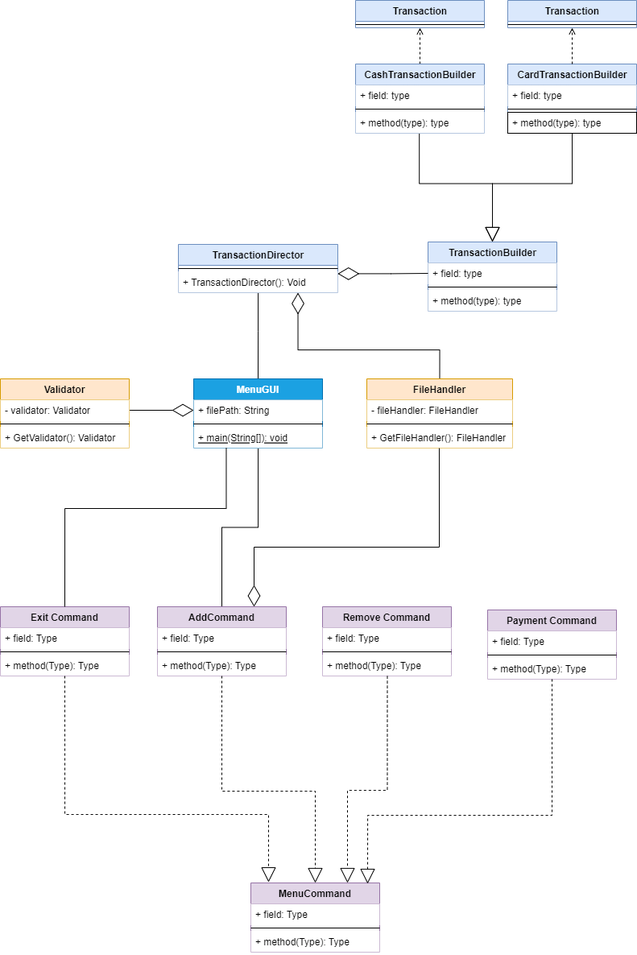
This is images/OODP-Project-UML.drawio.png from alan-oregan/OODP-Project, a draw.io export, as it was before one commit. Source tidied: cells renumbered, new cells last; positions are measured from the earlier drawing's top-left corner, leaving out a move shared by most shapes.
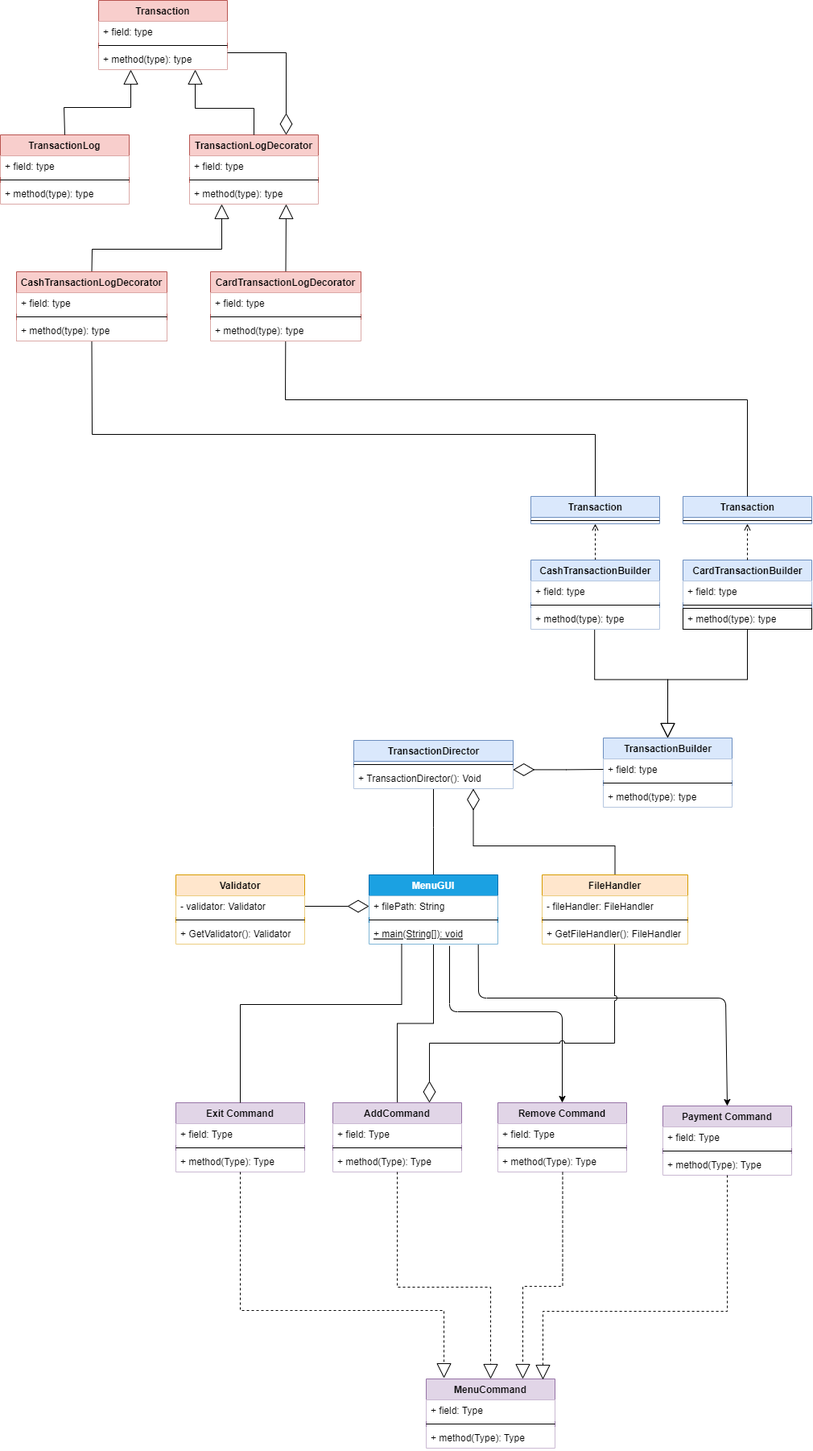
After the commit.

What changed in the source:
```diff
@@ -4,7 +4,7 @@
     <mxCell id="1" parent="0" />
     <mxCell id="2" style="edgeStyle=orthogonalEdgeStyle;html=1;verticalAlign=bottom;endArrow=open;endSize=8;strokeColor=#ff0000;rounded=0;fontSize=15;fontColor=#000000;" parent="1" edge="1">
       <mxGeometry relative="1" as="geometry">
-        <mxPoint x="646" y="128" as="targetPoint" />
+        <mxPoint x="506" y="339" as="targetPoint" />
       </mxGeometry>
     </mxCell>
     <mxCell id="3" style="edgeStyle=orthogonalEdgeStyle;rounded=0;jettySize=auto;html=1;strokeWidth=1;endArrow=none;endFill=0;startArrow=diamondThin;startFill=0;startSize=24;endSize=0;sourcePerimeterSpacing=0;targetPerimeterSpacing=0;exitX=0;exitY=0.5;exitDx=0;exitDy=0;labelBackgroundColor=none;" parent="1" edge="1" source="7" target="31">
@@ -21,6 +21,22 @@
         </Array>
       </mxGeometry>
     </mxCell>
+    <mxCell id="69" style="edgeStyle=none;html=1;entryX=0.5;entryY=0;entryDx=0;entryDy=0;exitX=0.625;exitY=1.085;exitDx=0;exitDy=0;exitPerimeter=0;" parent="1" edge="1" source="9" target="56">
+      <mxGeometry relative="1" as="geometry">
+        <Array as="points">
+          <mxPoint x="340" y="640" />
+          <mxPoint x="480" y="640" />
+        </Array>
+      </mxGeometry>
+    </mxCell>
+    <mxCell id="70" style="edgeStyle=none;html=1;entryX=0.5;entryY=0;entryDx=0;entryDy=0;exitX=0.848;exitY=1.008;exitDx=0;exitDy=0;exitPerimeter=0;" parent="1" edge="1" source="9" target="63">
+      <mxGeometry relative="1" as="geometry">
+        <Array as="points">
+          <mxPoint x="376" y="623" />
+          <mxPoint x="683" y="623" />
+        </Array>
+      </mxGeometry>
+    </mxCell>
     <mxCell id="6" value="MenuGUI" style="swimlane;fontStyle=1;align=center;verticalAlign=top;horizontal=1;startSize=26;labelBackgroundColor=none;fillColor=#1ba1e2;fontColor=#ffffff;strokeColor=#006EAF;" parent="1" vertex="1">
       <mxGeometry x="240" y="470" width="160" height="86" as="geometry" />
     </mxCell>
@@ -149,7 +165,7 @@
     <mxCell id="46" style="edgeStyle=orthogonalEdgeStyle;rounded=0;jettySize=auto;html=1;strokeWidth=1;endArrow=none;endFill=0;startArrow=diamondThin;startFill=0;targetPerimeterSpacing=0;sourcePerimeterSpacing=0;jumpSize=11;endSize=0;fontSize=11;startSize=24;exitX=0.999;exitY=0.093;exitDx=0;exitDy=0;exitPerimeter=0;labelBackgroundColor=none;" parent="1" edge="1" source="45" target="11">
       <mxGeometry relative="1" as="geometry" />
     </mxCell>
-    <mxCell id="47" style="edgeStyle=orthogonalEdgeStyle;rounded=0;jettySize=auto;html=1;strokeWidth=1;endArrow=none;endFill=0;startArrow=diamondThin;startFill=0;startSize=24;endSize=0;sourcePerimeterSpacing=0;targetPerimeterSpacing=0;entryX=0.497;entryY=1.005;entryDx=0;entryDy=0;entryPerimeter=0;exitX=0.75;exitY=0;exitDx=0;exitDy=0;labelBackgroundColor=none;" parent="1" edge="1" source="39" target="38">
+    <mxCell id="47" style="edgeStyle=orthogonalEdgeStyle;rounded=0;jettySize=auto;html=1;strokeWidth=1;endArrow=none;endFill=0;startArrow=diamondThin;startFill=0;startSize=24;endSize=0;sourcePerimeterSpacing=0;targetPerimeterSpacing=0;entryX=0.497;entryY=1.005;entryDx=0;entryDy=0;entryPerimeter=0;exitX=0.75;exitY=0;exitDx=0;exitDy=0;labelBackgroundColor=none;jumpStyle=arc;" parent="1" edge="1" source="39" target="38">
       <mxGeometry relative="1" as="geometry">
         <Array as="points">
           <mxPoint x="315" y="679" />
@@ -247,5 +263,117 @@
         </Array>
       </mxGeometry>
     </mxCell>
+    <mxCell id="71" value="Transaction" style="swimlane;fontStyle=1;align=center;verticalAlign=top;horizontal=1;startSize=26;labelBackgroundColor=none;fillColor=#f8cecc;strokeColor=#b85450;" parent="1" vertex="1">
+      <mxGeometry x="-96" y="-616" width="160" height="86" as="geometry" />
+    </mxCell>
+    <mxCell id="72" value="+ field: type" style="text;align=left;verticalAlign=top;spacingLeft=4;spacingRight=4;overflow=hidden;html=1;labelBackgroundColor=none;fillColor=default;" parent="71" vertex="1">
+      <mxGeometry y="26" width="160" height="26" as="geometry" />
+    </mxCell>
+    <mxCell id="73" style="line;strokeWidth=1;align=left;verticalAlign=middle;spacingTop=-1;spacingLeft=3;spacingRight=3;labelPosition=right;labelBackgroundColor=none;" parent="71" vertex="1">
+      <mxGeometry y="52" width="160" height="8" as="geometry" />
+    </mxCell>
+    <mxCell id="74" value="+ method(type): type" style="text;align=left;verticalAlign=top;spacingLeft=4;spacingRight=4;overflow=hidden;html=1;labelBackgroundColor=none;fillColor=default;" parent="71" vertex="1">
+      <mxGeometry y="60" width="160" height="26" as="geometry" />
+    </mxCell>
+    <mxCell id="75" style="edgeStyle=none;jumpStyle=arc;html=1;startArrow=none;startFill=0;labelBackgroundColor=none;endArrow=block;rounded=0;endFill=0;strokeWidth=1;startSize=0;sourcePerimeterSpacing=0;endSize=16;exitX=0.5;exitY=0;exitDx=0;exitDy=0;entryX=0.25;entryY=1;entryDx=0;entryDy=0;" parent="1" edge="1" source="88" target="76">
+      <mxGeometry relative="1" as="geometry">
+        <Array as="points">
+          <mxPoint x="-104" y="-307" />
+          <mxPoint x="57" y="-307" />
+        </Array>
+      </mxGeometry>
+    </mxCell>
+    <mxCell id="76" value="TransactionLogDecorator" style="swimlane;fontStyle=1;align=center;verticalAlign=top;horizontal=1;startSize=26;labelBackgroundColor=none;fillColor=#f8cecc;strokeColor=#b85450;" parent="1" vertex="1">
+      <mxGeometry x="17" y="-449" width="160" height="86" as="geometry" />
+    </mxCell>
+    <mxCell id="77" value="+ field: type" style="text;align=left;verticalAlign=top;spacingLeft=4;spacingRight=4;overflow=hidden;html=1;labelBackgroundColor=none;fillColor=default;" parent="76" vertex="1">
+      <mxGeometry y="26" width="160" height="26" as="geometry" />
+    </mxCell>
+    <mxCell id="78" style="line;strokeWidth=1;align=left;verticalAlign=middle;spacingTop=-1;spacingLeft=3;spacingRight=3;labelPosition=right;labelBackgroundColor=none;" parent="76" vertex="1">
+      <mxGeometry y="52" width="160" height="8" as="geometry" />
+    </mxCell>
+    <mxCell id="79" value="+ method(type): type" style="text;align=left;verticalAlign=top;spacingLeft=4;spacingRight=4;overflow=hidden;html=1;labelBackgroundColor=none;fillColor=default;" parent="76" vertex="1">
+      <mxGeometry y="60" width="160" height="26" as="geometry" />
+    </mxCell>
+    <mxCell id="80" value="TransactionLog" style="swimlane;fontStyle=1;align=center;verticalAlign=top;horizontal=1;startSize=26;labelBackgroundColor=none;fillColor=#f8cecc;strokeColor=#b85450;" parent="1" vertex="1">
+      <mxGeometry x="-218" y="-449" width="160" height="86" as="geometry" />
+    </mxCell>
+    <mxCell id="81" value="+ field: type" style="text;align=left;verticalAlign=top;spacingLeft=4;spacingRight=4;overflow=hidden;html=1;labelBackgroundColor=none;fillColor=default;" parent="80" vertex="1">
+      <mxGeometry y="26" width="160" height="26" as="geometry" />
+    </mxCell>
+    <mxCell id="82" style="line;strokeWidth=1;align=left;verticalAlign=middle;spacingTop=-1;spacingLeft=3;spacingRight=3;labelPosition=right;labelBackgroundColor=none;" parent="80" vertex="1">
+      <mxGeometry y="52" width="160" height="8" as="geometry" />
+    </mxCell>
+    <mxCell id="83" value="+ method(type): type" style="text;align=left;verticalAlign=top;spacingLeft=4;spacingRight=4;overflow=hidden;html=1;labelBackgroundColor=none;fillColor=default;" parent="80" vertex="1">
+      <mxGeometry y="60" width="160" height="26" as="geometry" />
+    </mxCell>
+    <mxCell id="84" style="edgeStyle=orthogonalEdgeStyle;rounded=0;jettySize=auto;html=1;endArrow=block;endFill=0;strokeWidth=1;startSize=0;sourcePerimeterSpacing=0;endSize=16;labelBackgroundColor=none;exitX=0.5;exitY=0;exitDx=0;exitDy=0;startArrow=none;startFill=0;entryX=0.75;entryY=1;entryDx=0;entryDy=0;" parent="1" edge="1" source="76" target="71">
+      <mxGeometry x="-0.03" y="12" relative="1" as="geometry">
+        <Array as="points">
+          <mxPoint x="97" y="-482" />
+          <mxPoint x="24" y="-482" />
+        </Array>
+      </mxGeometry>
+    </mxCell>
+    <mxCell id="85" style="edgeStyle=orthogonalEdgeStyle;rounded=0;jettySize=auto;html=1;entryX=0.25;entryY=1;entryDx=0;entryDy=0;endArrow=block;endFill=0;strokeWidth=1;startSize=0;sourcePerimeterSpacing=0;endSize=16;labelBackgroundColor=none;exitX=0.5;exitY=0;exitDx=0;exitDy=0;" parent="1" edge="1" source="80" target="71">
+      <mxGeometry x="-0.03" y="12" relative="1" as="geometry">
+        <Array as="points">
+          <mxPoint x="-139" y="-483" />
+          <mxPoint x="-56" y="-483" />
+        </Array>
+      </mxGeometry>
+    </mxCell>
+    <mxCell id="86" style="edgeStyle=orthogonalEdgeStyle;rounded=0;orthogonalLoop=1;jettySize=auto;html=1;strokeWidth=1;endArrow=none;endFill=0;startArrow=diamondThin;startFill=0;targetPerimeterSpacing=0;sourcePerimeterSpacing=0;jumpSize=11;endSize=0;fontSize=11;startSize=24;labelBackgroundColor=none;entryX=1;entryY=0.5;entryDx=0;entryDy=0;" parent="1" edge="1">
+      <mxGeometry relative="1" as="geometry">
+        <mxPoint x="137" y="-449" as="sourcePoint" />
+        <mxPoint x="64" y="-551" as="targetPoint" />
+        <Array as="points">
+          <mxPoint x="137" y="-551" />
+        </Array>
+      </mxGeometry>
+    </mxCell>
+    <mxCell id="87" style="edgeStyle=none;jumpStyle=arc;html=1;exitX=0.5;exitY=1;exitDx=0;exitDy=0;entryX=0.5;entryY=0;entryDx=0;entryDy=0;startArrow=none;startFill=0;labelBackgroundColor=none;endArrow=none;rounded=0;strokeWidth=1;endFill=0;" parent="1" edge="1" source="88" target="25">
+      <mxGeometry relative="1" as="geometry">
+        <Array as="points">
+          <mxPoint x="-104" y="-77" />
+          <mxPoint x="521" y="-77" />
+        </Array>
+      </mxGeometry>
+    </mxCell>
+    <mxCell id="88" value="CashTransactionLogDecorator" style="swimlane;fontStyle=1;align=center;verticalAlign=top;horizontal=1;startSize=26;labelBackgroundColor=none;fillColor=#f8cecc;strokeColor=#b85450;" parent="1" vertex="1">
+      <mxGeometry x="-198" y="-279" width="187" height="86" as="geometry" />
+    </mxCell>
+    <mxCell id="89" value="+ field: type" style="text;align=left;verticalAlign=top;spacingLeft=4;spacingRight=4;overflow=hidden;html=1;labelBackgroundColor=none;fillColor=default;" parent="88" vertex="1">
+      <mxGeometry y="26" width="187" height="26" as="geometry" />
+    </mxCell>
+    <mxCell id="90" style="line;strokeWidth=1;align=left;verticalAlign=middle;spacingTop=-1;spacingLeft=3;spacingRight=3;labelPosition=right;labelBackgroundColor=none;" parent="88" vertex="1">
+      <mxGeometry y="52" width="187" height="8" as="geometry" />
+    </mxCell>
+    <mxCell id="91" value="+ method(type): type" style="text;align=left;verticalAlign=top;spacingLeft=4;spacingRight=4;overflow=hidden;html=1;labelBackgroundColor=none;fillColor=default;" parent="88" vertex="1">
+      <mxGeometry y="60" width="187" height="26" as="geometry" />
+    </mxCell>
+    <mxCell id="92" style="edgeStyle=none;jumpStyle=arc;html=1;startArrow=none;startFill=0;labelBackgroundColor=none;endArrow=block;rounded=0;endFill=0;strokeWidth=1;startSize=0;sourcePerimeterSpacing=0;endSize=16;exitX=0.5;exitY=0;exitDx=0;exitDy=0;entryX=0.75;entryY=1;entryDx=0;entryDy=0;" parent="1" edge="1" source="94" target="76">
+      <mxGeometry relative="1" as="geometry" />
+    </mxCell>
+    <mxCell id="93" style="edgeStyle=none;jumpStyle=arc;html=1;entryX=0.5;entryY=0;entryDx=0;entryDy=0;startArrow=none;startFill=0;labelBackgroundColor=none;endArrow=none;rounded=0;strokeWidth=1;endFill=0;" parent="1" edge="1" source="94" target="28">
+      <mxGeometry relative="1" as="geometry">
+        <Array as="points">
+          <mxPoint x="136" y="-120" />
+          <mxPoint x="710" y="-120" />
+        </Array>
+      </mxGeometry>
+    </mxCell>
+    <mxCell id="94" value="CardTransactionLogDecorator" style="swimlane;fontStyle=1;align=center;verticalAlign=top;horizontal=1;startSize=26;labelBackgroundColor=none;fillColor=#f8cecc;strokeColor=#b85450;" parent="1" vertex="1">
+      <mxGeometry x="43" y="-279" width="187" height="86" as="geometry" />
+    </mxCell>
+    <mxCell id="95" value="+ field: type" style="text;align=left;verticalAlign=top;spacingLeft=4;spacingRight=4;overflow=hidden;html=1;labelBackgroundColor=none;fillColor=default;" parent="94" vertex="1">
+      <mxGeometry y="26" width="187" height="26" as="geometry" />
+    </mxCell>
+    <mxCell id="96" style="line;strokeWidth=1;align=left;verticalAlign=middle;spacingTop=-1;spacingLeft=3;spacingRight=3;labelPosition=right;labelBackgroundColor=none;" parent="94" vertex="1">
+      <mxGeometry y="52" width="187" height="8" as="geometry" />
+    </mxCell>
+    <mxCell id="97" value="+ method(type): type" style="text;align=left;verticalAlign=top;spacingLeft=4;spacingRight=4;overflow=hidden;html=1;labelBackgroundColor=none;fillColor=default;" parent="94" vertex="1">
+      <mxGeometry y="60" width="187" height="26" as="geometry" />
+    </mxCell>
   </root>
 </mxGraphModel>
```
